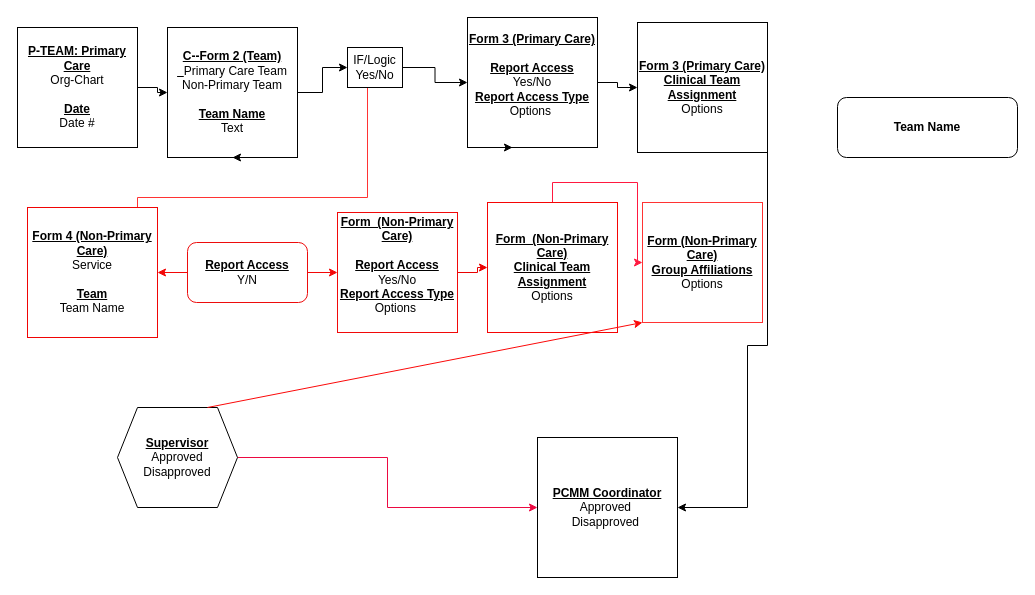
This is Copy of PCMM Basic LEAF DRAFT.drawio from Edward-Bailey1/PCMM, a draw.io file, before an edit. Source tidied: cells renumbered, new cells numbered last; positions are measured from the earlier drawing's top-left corner, leaving out a move shared by most shapes. Both pictures are drawn from the tidied source at 100%, with x=0, y=0 at pixel (17, 17).
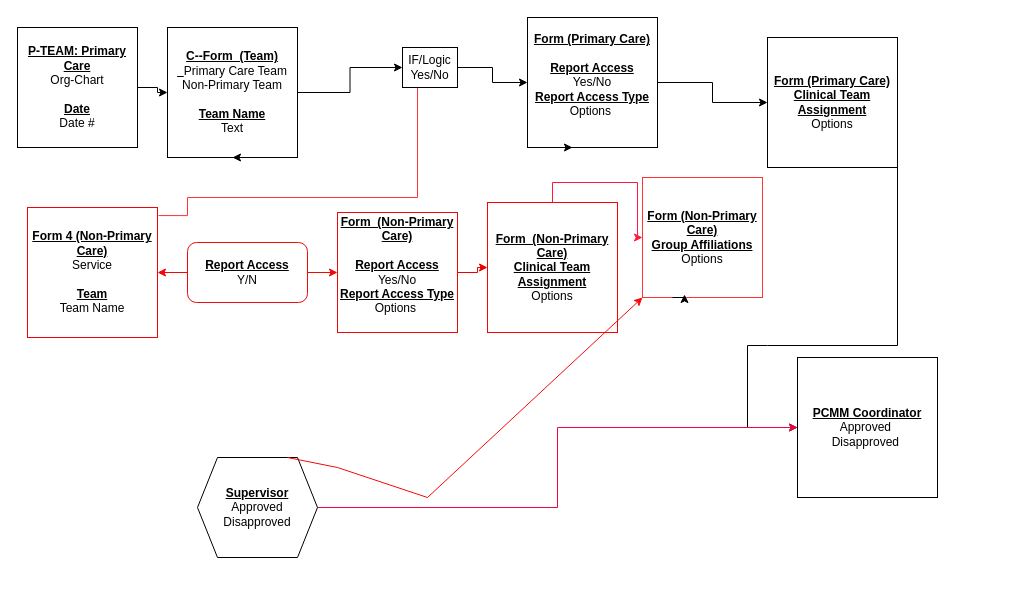
The same page after the edit.

Unchanged cells that the change refers to:
```xml
<mxCell id="9" value="&lt;b style=&quot;text-decoration-line: underline;&quot;&gt;Form 4 (Non-Primary Care)&lt;br&gt;&lt;/b&gt;Service&lt;br&gt;&lt;br&gt;&lt;b&gt;&lt;u&gt;Team&lt;/u&gt;&lt;/b&gt;&lt;br&gt;Team Name" style="whiteSpace=wrap;html=1;strokeColor=#f00505;" parent="1" vertex="1">
  <mxGeometry x="10" y="190" width="130" height="130" as="geometry" />
</mxCell>
```

Change to the diagram source:
```diff
@@
-    <mxCell id="5" value="&lt;u style=&quot;font-weight: bold;&quot;&gt;C--Form 2 (Team)&lt;br&gt;&amp;nbsp;&amp;nbsp;&lt;/u&gt;Primary Care Team&lt;br&gt;Non-Primary Team&lt;br&gt;&lt;br&gt;&lt;b style=&quot;text-decoration-line: underline;&quot;&gt;Team Name&lt;/b&gt;&lt;br&gt;Text" style="whiteSpace=wrap;html=1;" parent="1" vertex="1">
+    <mxCell id="5" value="&lt;u style=&quot;font-weight: bold;&quot;&gt;C--Form&amp;nbsp; (Team)&lt;br&gt;&amp;nbsp;&amp;nbsp;&lt;/u&gt;Primary Care Team&lt;br&gt;Non-Primary Team&lt;br&gt;&lt;br&gt;&lt;b style=&quot;text-decoration-line: underline;&quot;&gt;Team Name&lt;/b&gt;&lt;br&gt;Text" style="whiteSpace=wrap;html=1;" parent="1" vertex="1">
       <mxGeometry x="150" y="10" width="130" height="130" as="geometry" />
     </mxCell>
@@
-    <mxCell id="7" value="&lt;b style=&quot;text-decoration-line: underline;&quot;&gt;Form 3 (Primary Care)&lt;br&gt;&lt;/b&gt;&lt;br&gt;&lt;b&gt;&lt;u&gt;Report Access&lt;/u&gt;&lt;/b&gt;&lt;br&gt;Yes/No&lt;br&gt;&lt;b style=&quot;text-decoration-line: underline;&quot;&gt;Report Access Type&lt;/b&gt;&lt;br&gt;Options&amp;nbsp;&lt;br&gt;&lt;u style=&quot;font-weight: bold;&quot;&gt;&lt;br&gt;&lt;/u&gt;" style="whiteSpace=wrap;html=1;" parent="1" vertex="1">
-      <mxGeometry x="450" width="130" height="130" as="geometry" />
+    <mxCell id="7" value="&lt;b style=&quot;text-decoration-line: underline;&quot;&gt;Form (Primary Care)&lt;br&gt;&lt;/b&gt;&lt;br&gt;&lt;b&gt;&lt;u&gt;Report Access&lt;/u&gt;&lt;/b&gt;&lt;br&gt;Yes/No&lt;br&gt;&lt;b style=&quot;text-decoration-line: underline;&quot;&gt;Report Access Type&lt;/b&gt;&lt;br&gt;Options&amp;nbsp;&lt;br&gt;&lt;u style=&quot;font-weight: bold;&quot;&gt;&lt;br&gt;&lt;/u&gt;" style="whiteSpace=wrap;html=1;" parent="1" vertex="1">
+      <mxGeometry x="510" width="130" height="130" as="geometry" />
     </mxCell>
-    <mxCell id="8" style="edgeStyle=orthogonalEdgeStyle;rounded=0;orthogonalLoop=1;jettySize=auto;html=1;entryX=0.5;entryY=1;entryDx=0;entryDy=0;strokeColor=#FF3333;" parent="1" edge="1">
+    <mxCell id="8" style="edgeStyle=orthogonalEdgeStyle;rounded=0;jettySize=auto;html=1;entryX=0.5;entryY=1;entryDx=0;entryDy=0;strokeColor=#FF3333;exitX=1.008;exitY=0.062;exitDx=0;exitDy=0;exitPerimeter=0;" parent="1" edge="1" source="9">
       <mxGeometry relative="1" as="geometry">
-        <mxPoint x="120" y="190" as="sourcePoint" />
-        <mxPoint x="350" y="60" as="targetPoint" />
+        <mxPoint x="400" y="60" as="targetPoint" />
         <Array as="points">
-          <mxPoint x="120" y="180" />
-          <mxPoint x="350" y="180" />
+          <mxPoint x="170" y="198" />
+          <mxPoint x="170" y="180" />
+          <mxPoint x="400" y="180" />
         </Array>
       </mxGeometry>
     </mxCell>
@@
     <mxCell id="10" value="&lt;b style=&quot;text-decoration-line: underline;&quot;&gt;PCMM Coordinator&lt;/b&gt;&lt;br&gt;Approved&amp;nbsp;&lt;br&gt;Disapproved&amp;nbsp;" style="whiteSpace=wrap;html=1;" parent="1" vertex="1">
-      <mxGeometry x="520" y="420" width="140" height="140" as="geometry" />
+      <mxGeometry x="780" y="340" width="140" height="140" as="geometry" />
     </mxCell>
@@
-    <mxCell id="13" value="&lt;b&gt;Team Name&lt;/b&gt;" style="rounded=1;whiteSpace=wrap;html=1;" parent="1" vertex="1">
-      <mxGeometry x="820" y="80" width="180" height="60" as="geometry" />
-    </mxCell>
@@
     <mxCell id="15" value="IF/Logic &lt;br&gt;Yes/No" style="rounded=0;whiteSpace=wrap;html=1;" parent="1" vertex="1">
-      <mxGeometry x="330" y="30" width="55" height="40" as="geometry" />
+      <mxGeometry x="385" y="30" width="55" height="40" as="geometry" />
     </mxCell>
@@
-    <mxCell id="20" value="&lt;b style=&quot;text-decoration-line: underline;&quot;&gt;Form 3 (Primary Care)&lt;/b&gt;&lt;br&gt;&lt;b&gt;&lt;u&gt;Clinical Team Assignment&lt;/u&gt;&lt;/b&gt;&lt;br&gt;Options&lt;br&gt;" style="whiteSpace=wrap;html=1;" parent="1" vertex="1">
-      <mxGeometry x="620" y="5" width="130" height="130" as="geometry" />
+    <mxCell id="20" value="&lt;b style=&quot;text-decoration-line: underline;&quot;&gt;Form (Primary Care)&lt;/b&gt;&lt;br&gt;&lt;b&gt;&lt;u&gt;Clinical Team Assignment&lt;/u&gt;&lt;/b&gt;&lt;br&gt;Options" style="whiteSpace=wrap;html=1;" parent="1" vertex="1">
+      <mxGeometry x="750" y="20" width="130" height="130" as="geometry" />
     </mxCell>
@@
     <mxCell id="25" value="&lt;b style=&quot;text-decoration-line: underline;&quot;&gt;Form (Non-Primary Care)&lt;/b&gt;&lt;br&gt;&lt;u style=&quot;&quot;&gt;&lt;b&gt;Group Affiliations&lt;/b&gt;&lt;br&gt;&lt;/u&gt;Options" style="whiteSpace=wrap;html=1;strokeColor=#FF3333;" parent="1" vertex="1">
-      <mxGeometry x="625" y="185" width="120" height="120" as="geometry" />
+      <mxGeometry x="625" y="160" width="120" height="120" as="geometry" />
     </mxCell>
@@
     <mxCell id="29" value="&lt;u style=&quot;font-weight: bold;&quot;&gt;Supervisor&lt;/u&gt;&lt;br&gt;Approved&lt;br&gt;Disapproved" style="shape=hexagon;perimeter=hexagonPerimeter2;whiteSpace=wrap;html=1;fixedSize=1;" parent="1" vertex="1">
-      <mxGeometry x="100" y="390" width="120" height="100" as="geometry" />
+      <mxGeometry x="180" y="440" width="120" height="100" as="geometry" />
     </mxCell>
     <mxCell id="30" style="endArrow=classic;html=1;rounded=0;entryX=0;entryY=1;entryDx=0;entryDy=0;strokeColor=#fb0909;" parent="1" edge="1" target="25">
       <mxGeometry relative="1" as="geometry">
-        <mxPoint x="190" y="390" as="sourcePoint" />
+        <mxPoint x="270" y="440" as="sourcePoint" />
+        <Array as="points">
+          <mxPoint x="320" y="450" />
+          <mxPoint x="410" y="480" />
+        </Array>
       </mxGeometry>
     </mxCell>
+    <mxCell id="31" style="edgeStyle=orthogonalEdgeStyle;rounded=0;orthogonalLoop=1;jettySize=auto;html=1;exitX=0.25;exitY=1;exitDx=0;exitDy=0;entryX=0.35;entryY=0.975;entryDx=0;entryDy=0;entryPerimeter=0;" parent="1" edge="1" source="25" target="25">
+      <mxGeometry relative="1" as="geometry" />
+    </mxCell>
```
